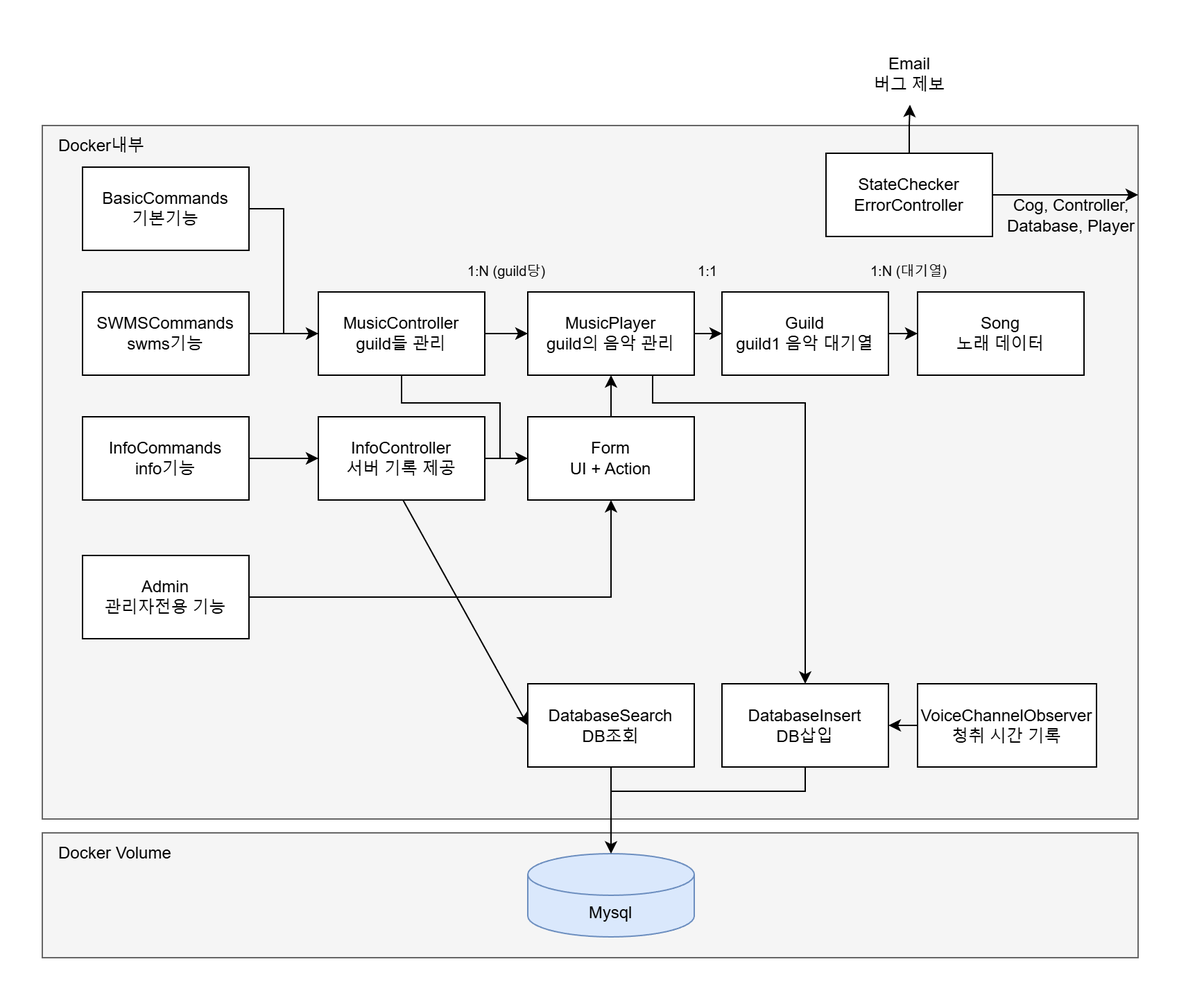
Above: imgs/diagram/wasureta_class_diagram.png in SodiumD5/discord_bot_wasureta (draw.io), before the change. Source tidied: cells renumbered, new cells last; positions are measured from the earlier drawing's top-left corner, leaving out a move shared by most shapes.
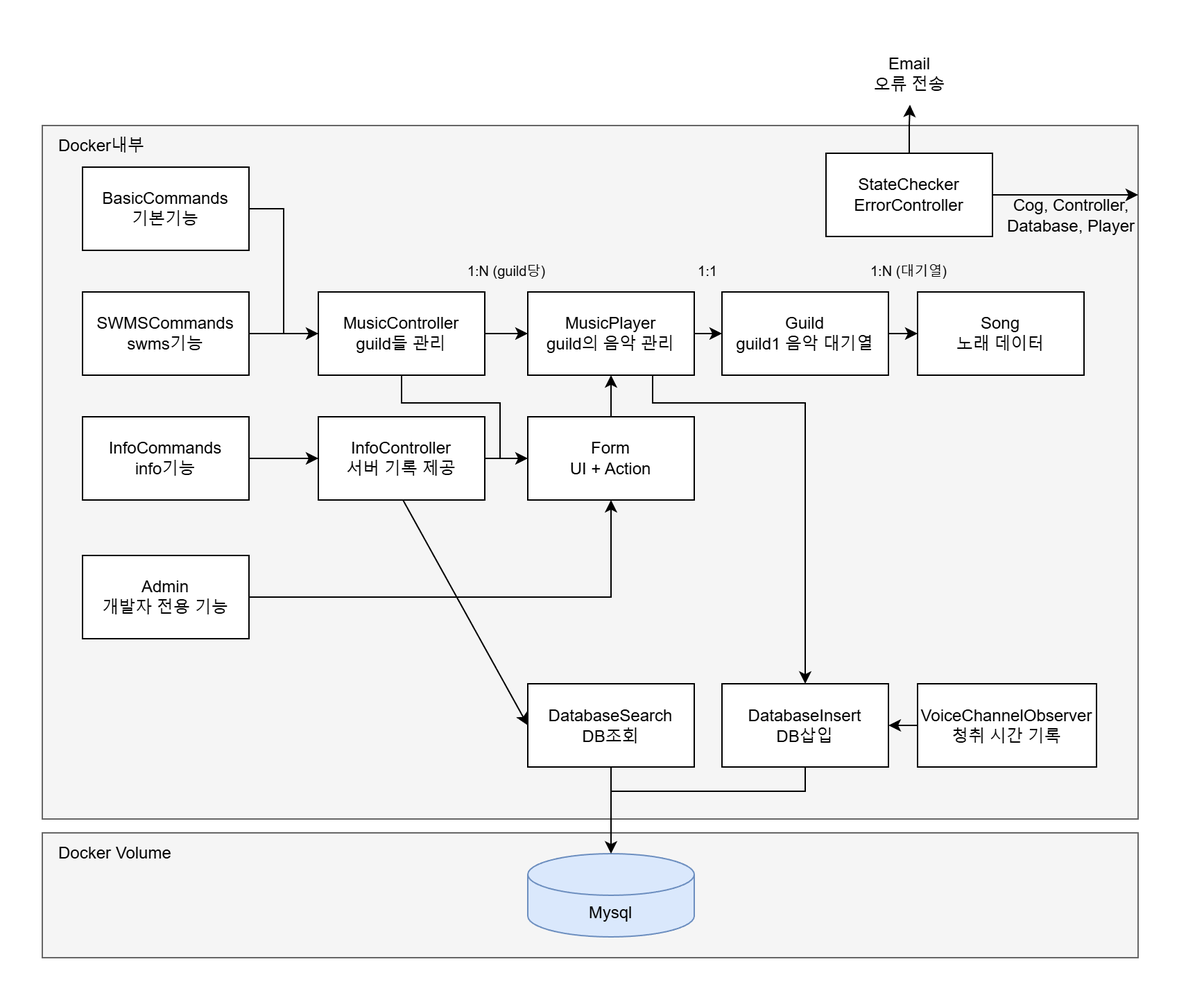
After the change.

The edit, as a diff of the source:
```diff
@@ -97,10 +97,10 @@
     <mxCell id="29" style="edgeStyle=orthogonalEdgeStyle;rounded=0;jettySize=auto;html=1;exitX=1;exitY=0.5;exitDx=0;exitDy=0;entryX=0.5;entryY=1;entryDx=0;entryDy=0;" parent="1" edge="1" source="30" target="19">
       <mxGeometry relative="1" as="geometry" />
     </mxCell>
-    <mxCell id="30" value="Admin&lt;div&gt;관리자전용 기능&lt;/div&gt;" style="rounded=0;whiteSpace=wrap;html=1;" parent="1" vertex="1">
+    <mxCell id="30" value="Admin&lt;div&gt;개발자 전용 기능&lt;/div&gt;" style="rounded=0;whiteSpace=wrap;html=1;" parent="1" vertex="1">
       <mxGeometry x="29" y="370" width="120" height="60" as="geometry" />
     </mxCell>
-    <mxCell id="31" value="Email&lt;br&gt;버그 제보" style="text;html=1;whiteSpace=wrap;strokeColor=none;fillColor=none;align=center;verticalAlign=middle;rounded=0;" parent="1" vertex="1">
+    <mxCell id="31" value="Email&lt;br&gt;오류 전송" style="text;html=1;whiteSpace=wrap;strokeColor=none;fillColor=none;align=center;verticalAlign=middle;rounded=0;" parent="1" vertex="1">
       <mxGeometry x="590" width="71" height="45" as="geometry" />
     </mxCell>
     <mxCell id="32" value="DatabaseSearch&lt;div&gt;DB조회&lt;/div&gt;" style="rounded=0;whiteSpace=wrap;html=1;" parent="1" vertex="1">
```
